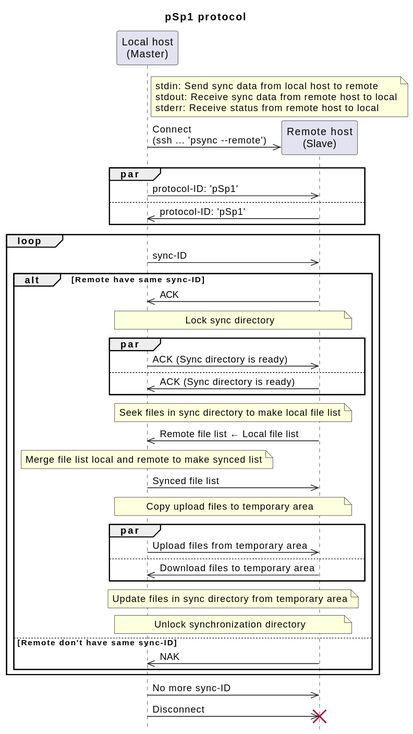
Above: doc/psp.svg in kobayasy/pSync (PlantUML), before the change.
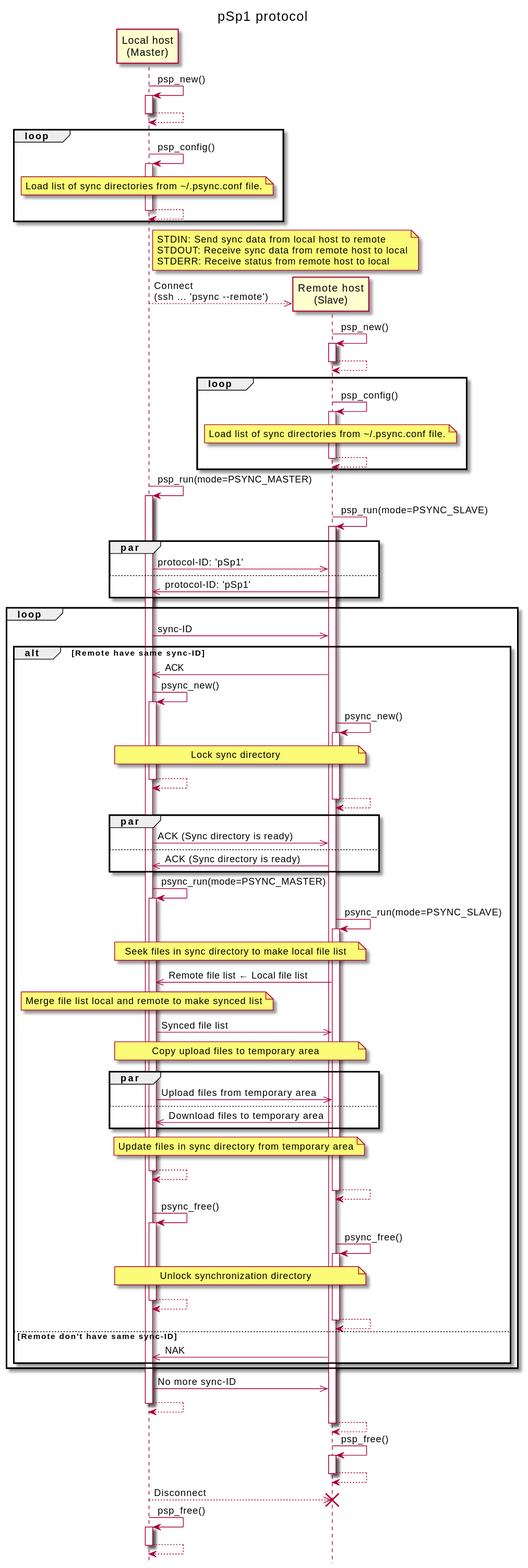
Later version of the same file.

Commit message:
Updated pSp1 protocol documentation.

Diff of the diagram source:
```diff
@@ -6,13 +6,43 @@
 participant "Local host\n(Master)" as local
 participant "Remote host\n(Slave)" as remote
 
+                local -> local: psp_new()
+                activate local
+                  local --> local
+                deactivate local
+loop
+                local -> local: psp_config()
+                activate local
+  note over local
+    Load list of sync directories from \~/.psync.conf file.
+  end note
+                  local --> local
+                deactivate local
+end
 note right local
-  stdin: Send sync data from local host to remote
-  stdout: Receive sync data from remote host to local
-  stderr: Receive status from remote host to local
+  STDIN: Send sync data from local host to remote
+  STDOUT: Receive sync data from remote host to local
+  STDERR: Receive status from remote host to local
 end note
 create remote
-  local ->> remote: Connect\n(ssh ... 'psync --remote')
+  local -->> remote: Connect\n(ssh ... 'psync --remote')
+                                remote -> remote: psp_new()
+                                activate remote
+                                  remote --> remote
+                                deactivate remote
+  loop
+                                remote -> remote: psp_config()
+                                activate remote
+    note over remote
+      Load list of sync directories from \~/.psync.conf file.
+    end note
+                                  remote --> remote
+                                deactivate remote
+  end
+                local -> local: psp_run(mode=PSYNC_MASTER)
+                activate local
+                                remote -> remote: psp_run(mode=PSYNC_SLAVE)
+                                activate remote
   par
     local ->> remote: protocol-ID: 'pSp1'
   else
@@ -22,14 +52,26 @@
     local ->> remote: sync-ID
     alt Remote have same sync-ID
       local <<- remote: ACK
+                  local -> local: psync_new()
+                  activate local
+                                  remote -> remote: psync_new()
+                                  activate remote
       note over local, remote
         Lock sync directory
       end note
+                    local --> local
+                  deactivate local
+                                    remote --> remote
+                                  deactivate remote
       par
         local ->> remote: ACK (Sync directory is ready)
       else
         local <<- remote: ACK (Sync directory is ready)
       end
+                  local -> local: psync_run(mode=PSYNC_MASTER)
+                  activate local
+                                  remote -> remote: psync_run(mode=PSYNC_SLAVE)
+                                  activate remote
       note over local, remote
         Seek files in sync directory to make local file list
       end note
@@ -49,15 +91,39 @@
       note over local, remote
         Update files in sync directory from temporary area
       end note
+                    local --> local
+                  deactivate local
+                                    remote --> remote
+                                  deactivate remote
+                  local -> local: psync_free()
+                  activate local
+                                  remote -> remote: psync_free()
+                                  activate remote
       note over local, remote
         Unlock synchronization directory
       end note
+                    local --> local
+                  deactivate local
+                                    remote --> remote
+                                  deactivate remote
     else Remote don't have same sync-ID
       local <<- remote: NAK
     end
   end
   local ->> remote: No more sync-ID
-  local ->> remote: Disconnect
+                  local --> local
+                deactivate local
+                                  remote --> remote
+                                deactivate remote
+                                remote -> remote: psp_free()
+                                activate remote
+                                  remote --> remote
+                                deactivate remote
+  local -->> remote: Disconnect
 destroy remote
+                local -> local: psp_free()
+                activate local
+                  local --> local
+                deactivate local
 
 @enduml
```
